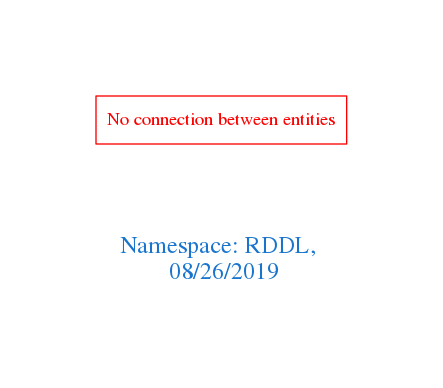
arago/OGIT keeps this Graphviz diagram as downloads/RDDL.png. Above is the earlier version. Its source is kept beside it as downloads/RDDL.dot.
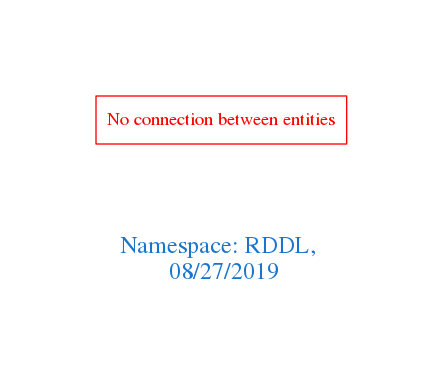
Later version of the same file.

Change to the diagram source:
```diff
@@ -1,7 +1,7 @@
 digraph OGIT_ontology {
  graph [ rankdir= LR,pad=1
 fontsize = 18,
-fontcolor= dodgerblue3,label = "\n\n\nNamespace: RDDL, \n 08/26/2019"];
+fontcolor= dodgerblue3,label = "\n\n\nNamespace: RDDL, \n 08/27/2019"];
 node[shape=polygon];
 edge [  color="gray81"];
 
```
